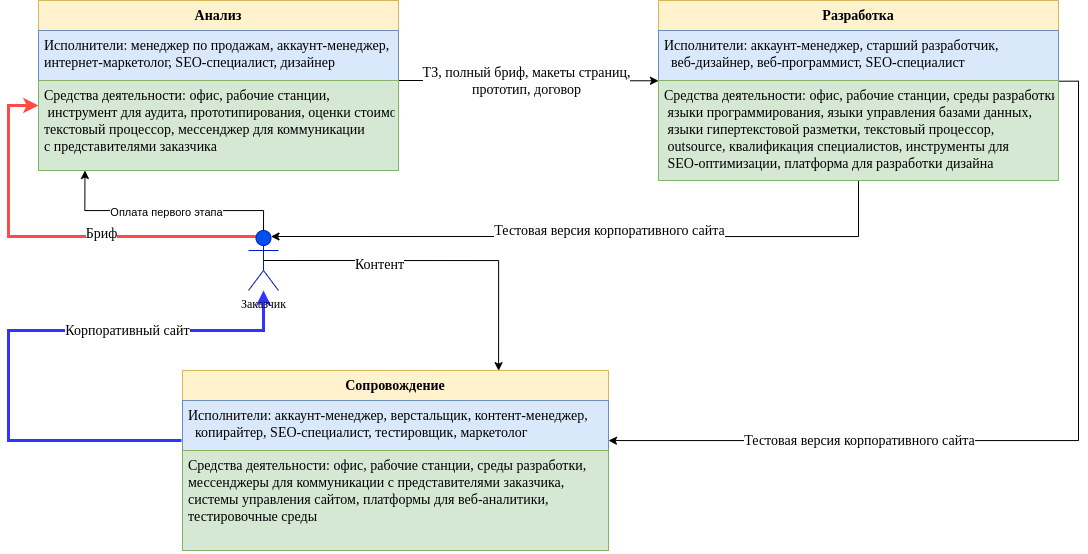
Earlier version of the draw.io export 3 курс/5 семестр/ТСиСА/Курсовая/модели2ч-Модель Структуры (уровень 2).drawio.png (Luzinsan/tusur). Source tidied: cells renumbered, new cells last; positions are measured from the earlier drawing's top-left corner, leaving out a move shared by most shapes.
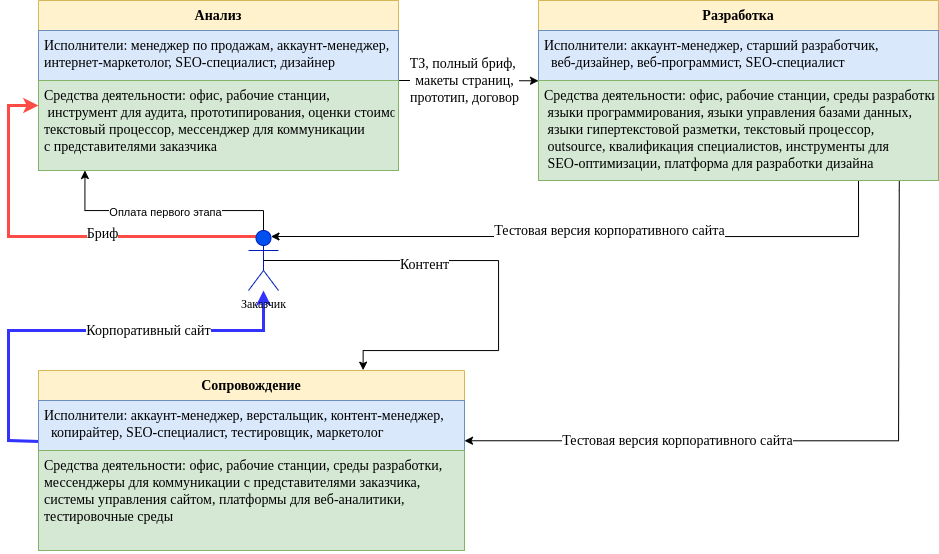
After the change.

Diff of the diagram source:
```diff
@@ -11,9 +11,9 @@
         </Array>
       </mxGeometry>
     </mxCell>
-    <mxCell id="3" value="ТЗ, полный бриф, макеты страниц,&lt;br&gt;прототип, договор" style="edgeLabel;html=1;align=center;verticalAlign=middle;fontSize=14;fontFamily=Times New Roman;" parent="2" vertex="1">
+    <mxCell id="3" value="ТЗ, полный бриф, &lt;br&gt;макеты страниц,&lt;br&gt;прототип, договор" style="edgeLabel;html=1;align=center;verticalAlign=middle;fontSize=14;fontFamily=Times New Roman;" parent="2" vertex="1">
       <mxGeometry x="-0.28" y="2" relative="1" as="geometry">
-        <mxPoint x="33" y="2" as="offset" />
+        <mxPoint x="15" y="2" as="offset" />
       </mxGeometry>
     </mxCell>
     <mxCell id="4" style="edgeStyle=orthogonalEdgeStyle;rounded=0;jettySize=auto;html=1;entryX=0.5;entryY=0;entryDx=0;entryDy=0;entryPerimeter=0;strokeWidth=1;startArrow=classic;startFill=1;endArrow=none;endFill=0;exitX=0.129;exitY=1;exitDx=0;exitDy=0;exitPerimeter=0;" parent="1" edge="1" source="19" target="14">
@@ -27,10 +27,10 @@
     <mxCell id="5" value="Оплата первого этапа" style="edgeLabel;html=1;align=center;verticalAlign=middle;" parent="4" vertex="1">
       <mxGeometry x="0.01" y="-1" relative="1" as="geometry" />
     </mxCell>
-    <mxCell id="6" style="edgeStyle=orthogonalEdgeStyle;rounded=0;jettySize=auto;html=1;fontFamily=Times New Roman;fontSize=14;fillColor=#dae8fc;strokeColor=#3333FF;strokeWidth=3;" parent="1" edge="1" target="14">
+    <mxCell id="6" style="edgeStyle=orthogonalEdgeStyle;rounded=0;jettySize=auto;html=1;fontFamily=Times New Roman;fontSize=14;fillColor=#dae8fc;strokeColor=#3333FF;strokeWidth=3;exitX=0.002;exitY=0.82;exitDx=0;exitDy=0;exitPerimeter=0;" parent="1" edge="1" source="24" target="14">
       <mxGeometry relative="1" as="geometry">
-        <mxPoint x="173" y="440" as="sourcePoint" />
         <Array as="points">
+          <mxPoint x="31" y="440" />
           <mxPoint y="440" />
           <mxPoint y="330" />
           <mxPoint x="255" y="330" />
@@ -39,22 +39,21 @@
     </mxCell>
     <mxCell id="7" value="Корпоративный сайт" style="edgeLabel;html=1;align=center;verticalAlign=middle;fontSize=14;fontFamily=Times New Roman;" parent="6" vertex="1">
       <mxGeometry x="0.12" relative="1" as="geometry">
-        <mxPoint x="78" as="offset" />
+        <mxPoint x="37" as="offset" />
       </mxGeometry>
     </mxCell>
-    <mxCell id="8" style="edgeStyle=orthogonalEdgeStyle;rounded=0;jettySize=auto;html=1;fontFamily=Times New Roman;fontSize=14;exitX=0.999;exitY=0.007;exitDx=0;exitDy=0;exitPerimeter=0;" parent="1" edge="1" source="22">
+    <mxCell id="8" style="edgeStyle=orthogonalEdgeStyle;rounded=0;jettySize=auto;html=1;fontFamily=Times New Roman;fontSize=14;exitX=0.902;exitY=0.998;exitDx=0;exitDy=0;exitPerimeter=0;entryX=1;entryY=0.805;entryDx=0;entryDy=0;entryPerimeter=0;" parent="1" edge="1" source="22" target="24">
       <mxGeometry relative="1" as="geometry">
-        <mxPoint x="600" y="440" as="targetPoint" />
         <Array as="points">
-          <mxPoint x="1070" y="81" />
-          <mxPoint x="1070" y="440" />
-          <mxPoint x="602" y="440" />
+          <mxPoint x="891" y="190" />
+          <mxPoint x="890" y="190" />
+          <mxPoint x="890" y="440" />
         </Array>
       </mxGeometry>
     </mxCell>
     <mxCell id="9" value="Тестовая версия корпоративного сайта" style="edgeLabel;html=1;align=center;verticalAlign=middle;fontSize=14;fontFamily=Times New Roman;horizontal=1;" parent="8" vertex="1">
       <mxGeometry x="-0.24" y="-3" relative="1" as="geometry">
-        <mxPoint x="-217" y="55" as="offset" />
+        <mxPoint x="-216" y="3" as="offset" />
       </mxGeometry>
     </mxCell>
     <mxCell id="10" style="edgeStyle=orthogonalEdgeStyle;rounded=0;jettySize=auto;html=1;fontFamily=Times New Roman;fontSize=14;exitX=0.25;exitY=0.1;exitDx=0;exitDy=0;exitPerimeter=0;fillColor=#f8cecc;strokeColor=#FF4B45;strokeWidth=3;" parent="1" edge="1" source="14">
@@ -71,7 +70,7 @@
         <mxPoint x="27" as="offset" />
       </mxGeometry>
     </mxCell>
-    <mxCell id="12" style="edgeStyle=orthogonalEdgeStyle;rounded=0;jettySize=auto;html=1;entryX=0.5;entryY=1;entryDx=0;entryDy=0;strokeWidth=1;fontFamily=Times New Roman;fontSize=14;startArrow=classic;startFill=1;endArrow=none;endFill=0;exitX=0.75;exitY=0.1;exitDx=0;exitDy=0;exitPerimeter=0;" parent="1" edge="1" source="14" target="20">
+    <mxCell id="12" style="edgeStyle=orthogonalEdgeStyle;rounded=0;jettySize=auto;html=1;entryX=0.8;entryY=1.001;entryDx=0;entryDy=0;strokeWidth=1;fontFamily=Times New Roman;fontSize=14;startArrow=classic;startFill=1;endArrow=none;endFill=0;exitX=0.75;exitY=0.1;exitDx=0;exitDy=0;exitPerimeter=0;entryPerimeter=0;" parent="1" edge="1" source="14" target="22">
       <mxGeometry relative="1" as="geometry">
         <Array as="points">
           <mxPoint x="850" y="236" />
@@ -86,9 +85,11 @@
     <mxCell id="14" value="Заказчик" style="shape=umlActor;verticalLabelPosition=bottom;verticalAlign=top;html=1;fontFamily=Times New Roman;fillColor=#0050ef;fontColor=#000000;strokeColor=#001DBC;" parent="1" vertex="1">
       <mxGeometry x="240" y="230" width="30" height="60" as="geometry" />
     </mxCell>
-    <mxCell id="15" style="edgeStyle=orthogonalEdgeStyle;rounded=0;jettySize=auto;html=1;entryX=0.5;entryY=0.5;entryDx=0;entryDy=0;entryPerimeter=0;fontFamily=Times New Roman;fontSize=14;exitX=0.742;exitY=0.001;exitDx=0;exitDy=0;startArrow=classic;startFill=1;endArrow=none;endFill=0;exitPerimeter=0;" parent="1" edge="1" source="23" target="14">
+    <mxCell id="15" style="edgeStyle=orthogonalEdgeStyle;rounded=0;jettySize=auto;html=1;entryX=0.5;entryY=0.5;entryDx=0;entryDy=0;entryPerimeter=0;fontFamily=Times New Roman;fontSize=14;exitX=0.762;exitY=-0.002;exitDx=0;exitDy=0;startArrow=classic;startFill=1;endArrow=none;endFill=0;exitPerimeter=0;" parent="1" edge="1" source="23" target="14">
       <mxGeometry relative="1" as="geometry">
         <Array as="points">
+          <mxPoint x="355" y="350" />
+          <mxPoint x="490" y="350" />
           <mxPoint x="490" y="260" />
         </Array>
       </mxGeometry>
@@ -108,7 +109,7 @@
       <mxGeometry y="80" width="360" height="90" as="geometry" />
     </mxCell>
     <mxCell id="20" value="Разработка&#10;" style="swimlane;fontStyle=1;align=center;verticalAlign=top;horizontal=1;startSize=30;fontFamily=Times New Roman;fillColor=#fff2cc;strokeColor=#d6b656;fontSize=14;" parent="1" vertex="1">
-      <mxGeometry x="650" width="400" height="180" as="geometry" />
+      <mxGeometry x="530" width="400" height="180" as="geometry" />
     </mxCell>
     <mxCell id="21" value="Исполнители: аккаунт-менеджер, старший разработчик,&#10;  веб-дизайнер, веб-программист, SEO-специалист" style="text;strokeColor=#6c8ebf;fillColor=#dae8fc;align=left;verticalAlign=top;spacingLeft=4;spacingRight=4;overflow=hidden;fontFamily=Times New Roman;fontSize=14;" parent="20" vertex="1">
       <mxGeometry y="30" width="400" height="50" as="geometry" />
@@ -117,7 +118,7 @@
       <mxGeometry y="80" width="400" height="100" as="geometry" />
     </mxCell>
     <mxCell id="23" value="Сопровождение" style="swimlane;fontStyle=1;align=center;verticalAlign=top;horizontal=1;startSize=30;fontFamily=Times New Roman;fillColor=#fff2cc;strokeColor=#d6b656;fontSize=14;" parent="1" vertex="1">
-      <mxGeometry x="174" y="370" width="426" height="180" as="geometry" />
+      <mxGeometry x="30" y="370" width="426" height="180" as="geometry" />
     </mxCell>
     <mxCell id="24" value="Исполнители: аккаунт-менеджер, верстальщик, контент-менеджер,&#10;  копирайтер, SEO-специалист, тестировщик, маркетолог" style="text;strokeColor=#6c8ebf;fillColor=#dae8fc;align=left;verticalAlign=top;spacingLeft=4;spacingRight=4;overflow=hidden;points=[[0,0.5],[1,0.5]];portConstraint=eastwest;fontFamily=Times New Roman;fontSize=14;" parent="23" vertex="1">
       <mxGeometry y="30" width="426" height="50" as="geometry" />
```
